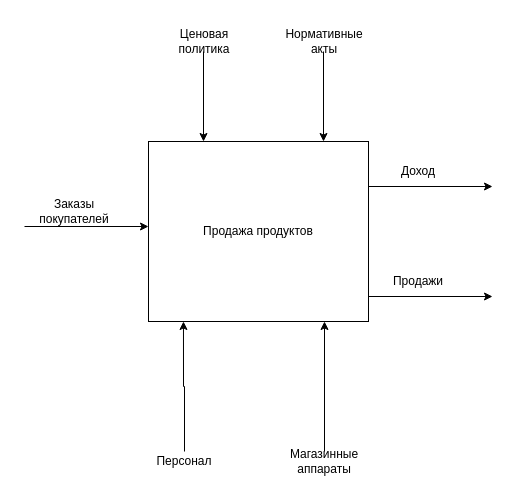
Earlier version of the draw.io diagram tgtgtgtg.drawio (DenchikKoz/Nothink). Source tidied: cells renumbered, new cells numbered last; positions are measured from the earlier drawing's top-left corner, leaving out a move shared by most shapes. Both pictures are drawn from the tidied source at 100%, with x=0, y=0 at pixel (24, 31).
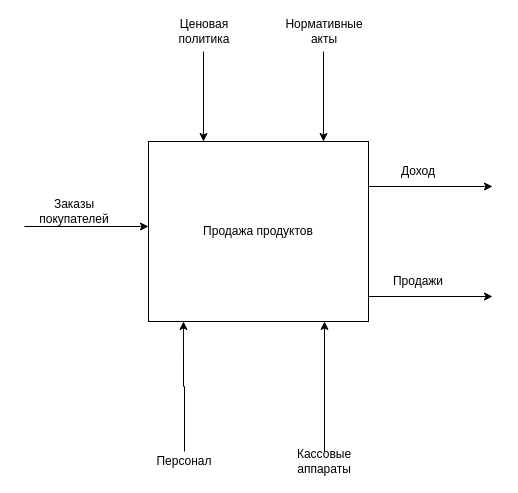
The same diagram, later.

Change to the diagram source:
```diff
@@
     <mxCell id="10" value="Ценовая политика" style="text;html=1;strokeColor=none;fillColor=none;align=center;verticalAlign=middle;whiteSpace=wrap;rounded=0;" parent="1" vertex="1">
-      <mxGeometry x="160" width="40" height="20" as="geometry" />
+      <mxGeometry x="160" y="-10" width="40" height="20" as="geometry" />
     </mxCell>
@@
     <mxCell id="12" value="Нормативные акты" style="text;html=1;strokeColor=none;fillColor=none;align=center;verticalAlign=middle;whiteSpace=wrap;rounded=0;" parent="1" vertex="1">
-      <mxGeometry x="280" width="40" height="20" as="geometry" />
+      <mxGeometry x="280" y="-10" width="40" height="20" as="geometry" />
     </mxCell>
@@
-    <mxCell id="16" value="Магазинные аппараты" style="text;html=1;strokeColor=none;fillColor=none;align=center;verticalAlign=middle;whiteSpace=wrap;rounded=0;" parent="1" vertex="1">
+    <mxCell id="16" value="Кассовые аппараты" style="text;html=1;strokeColor=none;fillColor=none;align=center;verticalAlign=middle;whiteSpace=wrap;rounded=0;" parent="1" vertex="1">
       <mxGeometry x="270" y="420" width="60" height="20" as="geometry" />
     </mxCell>
```
